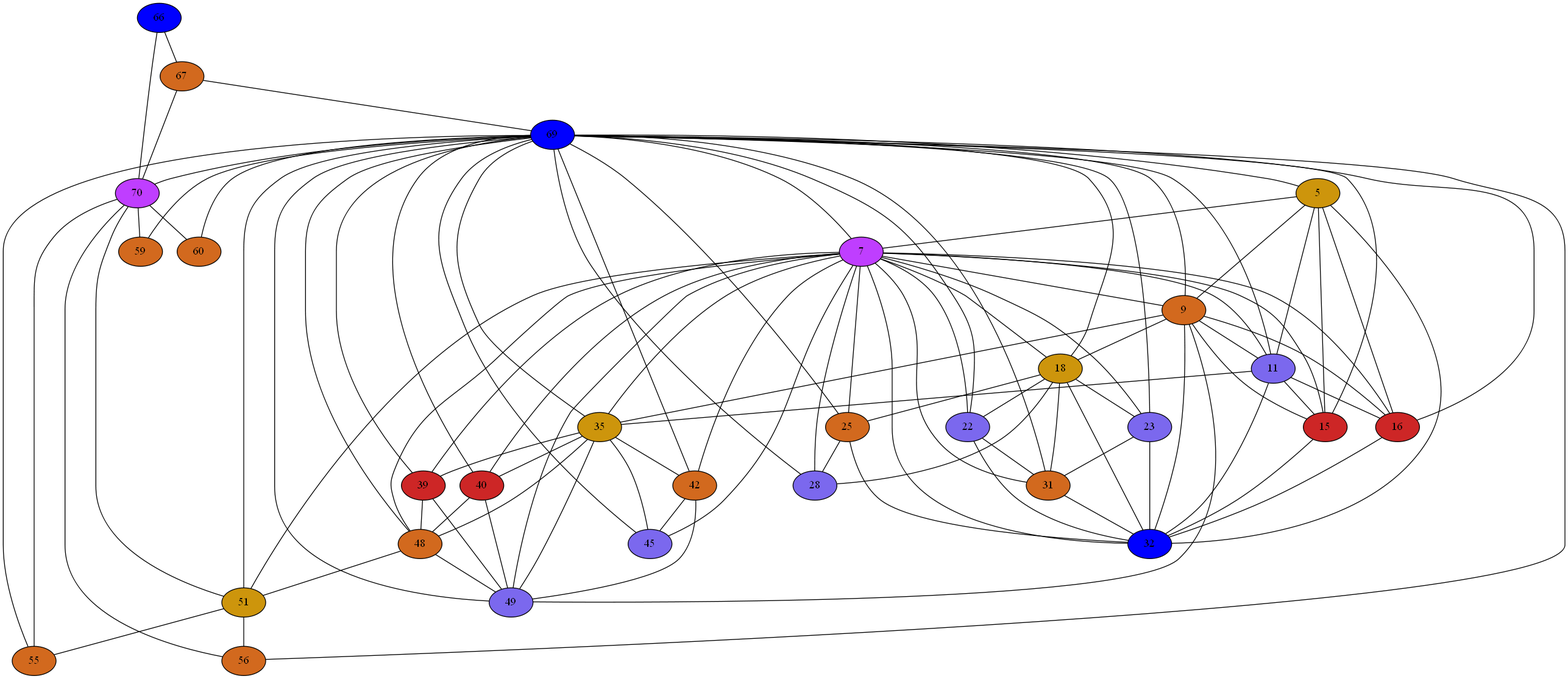
Above: Compiler/11iGraph.png in mbajaj92/Project-Astoria (Graphviz), before the change. Its source is kept beside it as Compiler/11iGraph.dot.
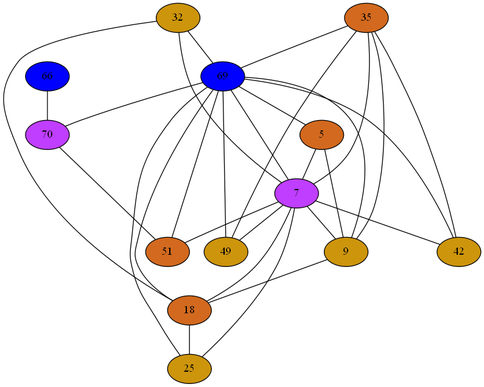
After the change.

What changed in the source:
```diff
@@ -1,233 +1,73 @@
 strict graph {
+32[label="32" style=filled fillcolor="darkgoldenrod3"];
+32 -- 18
+32 -- 69
+32 -- 7
 66[label="66" style=filled fillcolor="blue1"];
-66 -- 67
 66 -- 70
-67[label="67" style=filled fillcolor="chocolate"];
-67 -- 66
-67 -- 69
-67 -- 70
+35[label="35" style=filled fillcolor="chocolate"];
+35 -- 49
+35 -- 69
+35 -- 7
+35 -- 9
+35 -- 42
 69[label="69" style=filled fillcolor="blue1"];
-69 -- 67
+69 -- 32
+69 -- 49
+69 -- 18
+69 -- 51
+69 -- 35
 69 -- 5
 69 -- 70
 69 -- 7
+69 -- 25
 69 -- 9
-69 -- 11
-69 -- 15
-69 -- 16
-69 -- 18
-69 -- 22
-69 -- 23
-69 -- 25
-69 -- 28
-69 -- 31
-69 -- 35
-69 -- 39
-69 -- 40
 69 -- 42
-69 -- 45
-69 -- 48
-69 -- 49
-69 -- 51
-69 -- 55
-69 -- 56
-69 -- 59
-69 -- 60
-5[label="5" style=filled fillcolor="darkgoldenrod3"];
-5 -- 16
-5 -- 32
+5[label="5" style=filled fillcolor="chocolate"];
 5 -- 69
 5 -- 7
 5 -- 9
-5 -- 11
-5 -- 15
 70[label="70" style=filled fillcolor="darkorchid1"];
 70 -- 66
-70 -- 67
 70 -- 51
 70 -- 69
-70 -- 55
-70 -- 56
-70 -- 59
-70 -- 60
 7[label="7" style=filled fillcolor="darkorchid1"];
 7 -- 32
+7 -- 49
+7 -- 18
+7 -- 51
 7 -- 35
 7 -- 69
 7 -- 5
-7 -- 39
-7 -- 40
+7 -- 25
 7 -- 9
 7 -- 42
-7 -- 11
-7 -- 45
-7 -- 15
-7 -- 48
-7 -- 16
-7 -- 49
-7 -- 18
-7 -- 51
-7 -- 22
-7 -- 23
-7 -- 25
-7 -- 28
-7 -- 31
-9[label="9" style=filled fillcolor="chocolate"];
-9 -- 16
-9 -- 32
-9 -- 49
+9[label="9" style=filled fillcolor="darkgoldenrod3"];
 9 -- 18
 9 -- 35
 9 -- 69
 9 -- 5
 9 -- 7
-9 -- 11
-9 -- 15
-11[label="11" style=filled fillcolor="mediumslateblue"];
-11 -- 16
-11 -- 32
-11 -- 35
-11 -- 69
-11 -- 5
-11 -- 7
-11 -- 9
-11 -- 15
-15[label="15" style=filled fillcolor="firebrick3"];
-15 -- 32
-15 -- 69
-15 -- 5
-15 -- 7
-15 -- 9
-15 -- 11
-16[label="16" style=filled fillcolor="firebrick3"];
-16 -- 32
-16 -- 69
-16 -- 5
-16 -- 7
-16 -- 9
-16 -- 11
-18[label="18" style=filled fillcolor="darkgoldenrod3"];
+42[label="42" style=filled fillcolor="darkgoldenrod3"];
+42 -- 35
+42 -- 69
+42 -- 7
+49[label="49" style=filled fillcolor="darkgoldenrod3"];
+49 -- 35
+49 -- 69
+49 -- 7
+18[label="18" style=filled fillcolor="chocolate"];
 18 -- 32
 18 -- 69
-18 -- 22
-18 -- 23
 18 -- 7
 18 -- 25
 18 -- 9
-18 -- 28
-18 -- 31
-22[label="22" style=filled fillcolor="mediumslateblue"];
-22 -- 32
-22 -- 18
-22 -- 69
-22 -- 7
-22 -- 31
-23[label="23" style=filled fillcolor="mediumslateblue"];
-23 -- 32
-23 -- 18
-23 -- 69
-23 -- 7
-23 -- 31
-25[label="25" style=filled fillcolor="chocolate"];
-25 -- 32
+51[label="51" style=filled fillcolor="chocolate"];
+51 -- 69
+51 -- 70
+51 -- 7
+25[label="25" style=filled fillcolor="darkgoldenrod3"];
 25 -- 18
 25 -- 69
 25 -- 7
-25 -- 28
-28[label="28" style=filled fillcolor="mediumslateblue"];
-28 -- 18
-28 -- 69
-28 -- 7
-28 -- 25
-31[label="31" style=filled fillcolor="chocolate"];
-31 -- 32
-31 -- 18
-31 -- 69
-31 -- 22
-31 -- 7
-31 -- 23
-32[label="32" style=filled fillcolor="blue1"];
-32 -- 16
-32 -- 18
-32 -- 5
-32 -- 22
-32 -- 23
-32 -- 7
-32 -- 25
-32 -- 9
-32 -- 11
-32 -- 31
-32 -- 15
-35[label="35" style=filled fillcolor="darkgoldenrod3"];
-35 -- 48
-35 -- 49
-35 -- 69
-35 -- 39
-35 -- 7
-35 -- 40
-35 -- 9
-35 -- 42
-35 -- 11
-35 -- 45
-39[label="39" style=filled fillcolor="firebrick3"];
-39 -- 48
-39 -- 49
-39 -- 35
-39 -- 69
-39 -- 7
-40[label="40" style=filled fillcolor="firebrick3"];
-40 -- 48
-40 -- 49
-40 -- 35
-40 -- 69
-40 -- 7
-42[label="42" style=filled fillcolor="chocolate"];
-42 -- 49
-42 -- 35
-42 -- 69
-42 -- 7
-42 -- 45
-45[label="45" style=filled fillcolor="mediumslateblue"];
-45 -- 35
-45 -- 69
-45 -- 7
-45 -- 42
-48[label="48" style=filled fillcolor="chocolate"];
-48 -- 49
-48 -- 51
-48 -- 35
-48 -- 69
-48 -- 39
-48 -- 7
-48 -- 40
-49[label="49" style=filled fillcolor="mediumslateblue"];
-49 -- 48
-49 -- 35
-49 -- 69
-49 -- 39
-49 -- 7
-49 -- 40
-49 -- 9
-49 -- 42
-51[label="51" style=filled fillcolor="darkgoldenrod3"];
-51 -- 48
-51 -- 69
-51 -- 70
-51 -- 55
-51 -- 7
-51 -- 56
-55[label="55" style=filled fillcolor="chocolate"];
-55 -- 51
-55 -- 69
-55 -- 70
-56[label="56" style=filled fillcolor="chocolate"];
-56 -- 51
-56 -- 69
-56 -- 70
-59[label="59" style=filled fillcolor="chocolate"];
-59 -- 69
-59 -- 70
-60[label="60" style=filled fillcolor="chocolate"];
-60 -- 69
-60 -- 70
 }
```
